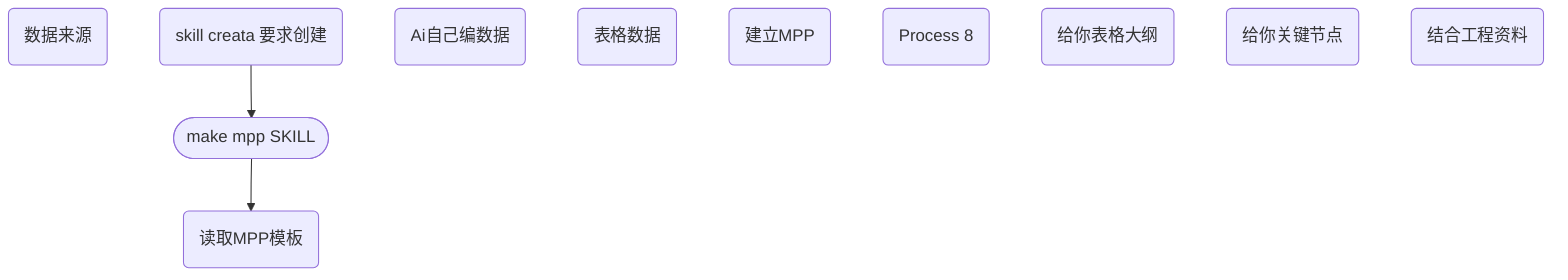
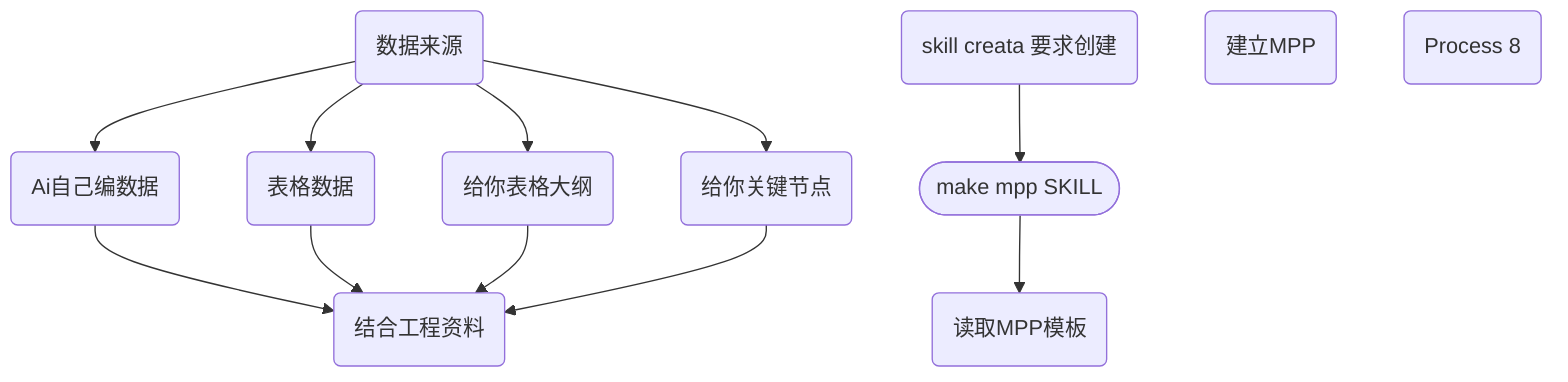
flowchart TD
  n_0(["make mpp SKILL"])
  n_1("数据来源")
  n_2("skill  creata 要求创建")
  n_3("Ai自己编数据")
  n_4("表格数据")
  n_5("建立MPP")
  n_6("读取MPP模板")
  n_7("Process 8")
  n_8("给你表格大纲")
  n_9("给你关键节点")
  n_10("结合工程资料")
  n_2 --> n_0
  n_0 --> n_6
+   n_1 --> n_3
+   n_1 --> n_4
+   n_1 --> n_8
+   n_1 --> n_9
+   n_3 --> n_10
+   n_4 --> n_10
+   n_8 --> n_10
+   n_9 --> n_10
